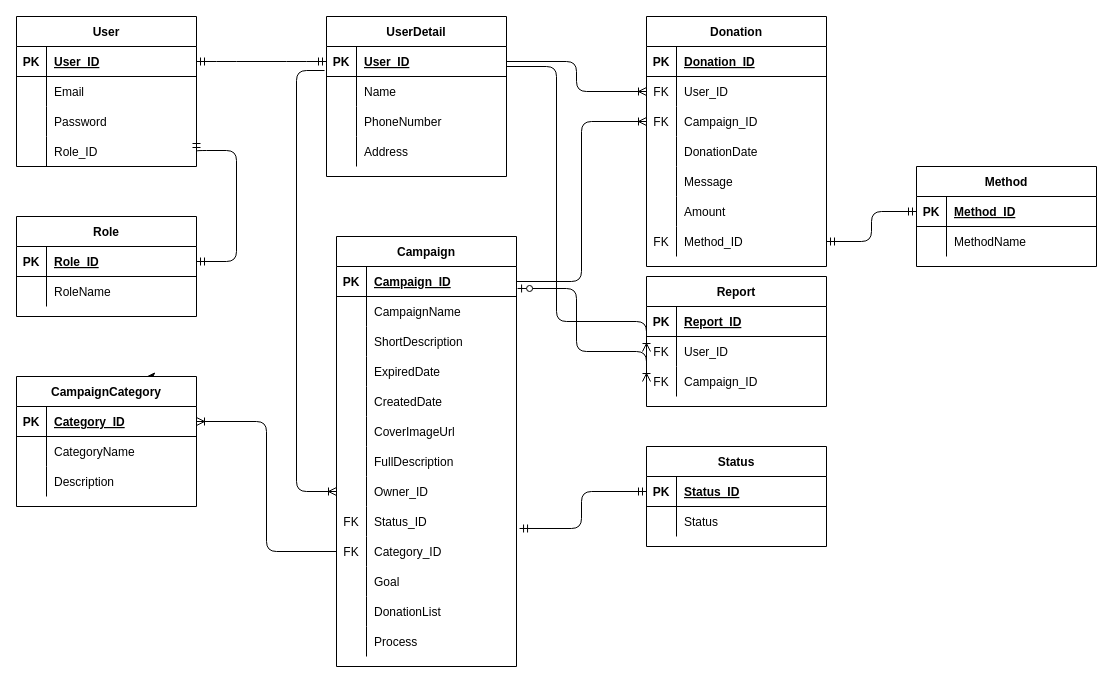
This is database.drawio from ces-hoangdao/VDF_KTPM, a draw.io file, before an edit. Source tidied: cells renumbered, new cells numbered last; positions are measured from the earlier drawing's top-left corner, leaving out a move shared by most shapes. Both pictures are drawn from the tidied source at 100%, with x=0, y=0 at pixel (16, 16).
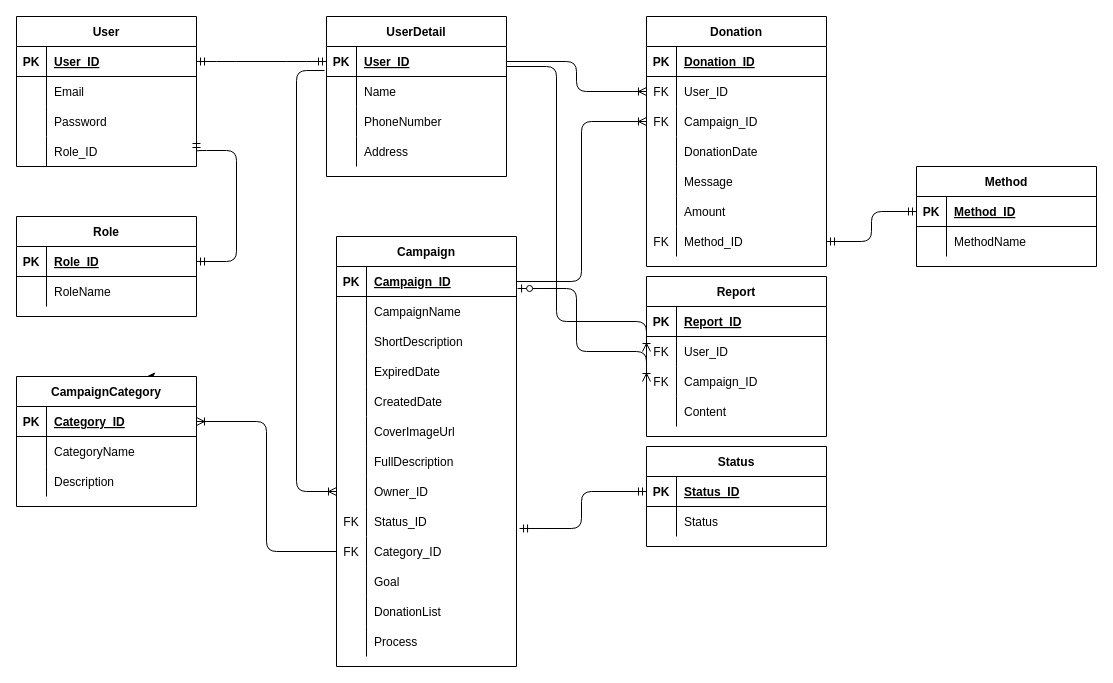
The same page after the edit.

The edit, as a diff of the source:
```diff
@@
     <mxCell id="130" value="Report" style="shape=table;startSize=30;childLayout=tableLayout;rowLines=0;fontStyle=1;align=center;" parent="1" vertex="1">
-      <mxGeometry x="630" y="260" width="180" height="130" as="geometry" />
+      <mxGeometry x="630" y="260" width="180" height="160" as="geometry" />
     </mxCell>
@@
+    <mxCell id="142" style="shape=partialRectangle;fillColor=none;top=0;left=0;bottom=0;right=0;" parent="130" vertex="1">
+      <mxGeometry y="120" width="180" height="30" as="geometry" />
+    </mxCell>
+    <mxCell id="143" style="shape=partialRectangle;fillColor=none;top=0;left=0;bottom=0;right=0;overflow=hidden;" parent="142" vertex="1">
+      <mxGeometry width="30" height="30" as="geometry" />
+    </mxCell>
+    <mxCell id="144" value="Content" style="shape=partialRectangle;fillColor=none;top=0;left=0;bottom=0;right=0;align=left;spacingLeft=6;overflow=hidden;" parent="142" vertex="1">
+      <mxGeometry x="30" width="150" height="30" as="geometry" />
+    </mxCell>
```
